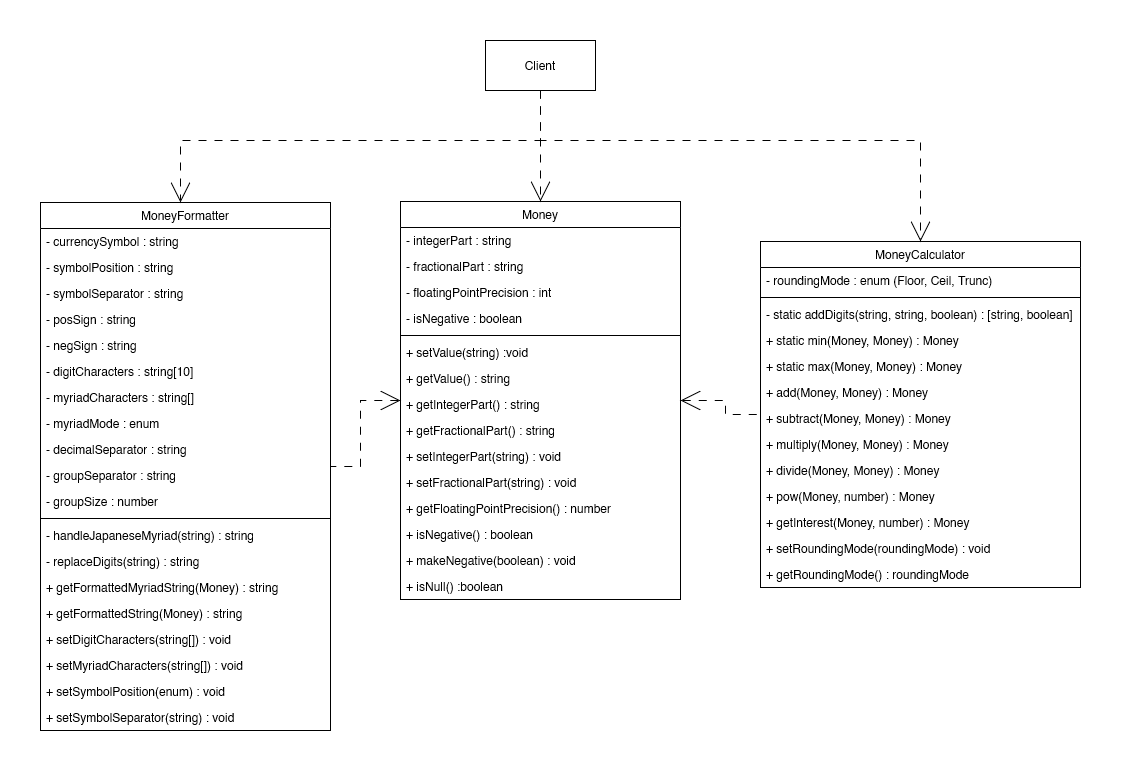
This is uml-class-diagram.png from konstantin-lukas/money-calculator, a draw.io export, as it was before one commit. Source tidied: cells renumbered, new cells last; positions are measured from the earlier drawing's top-left corner, leaving out a move shared by most shapes.
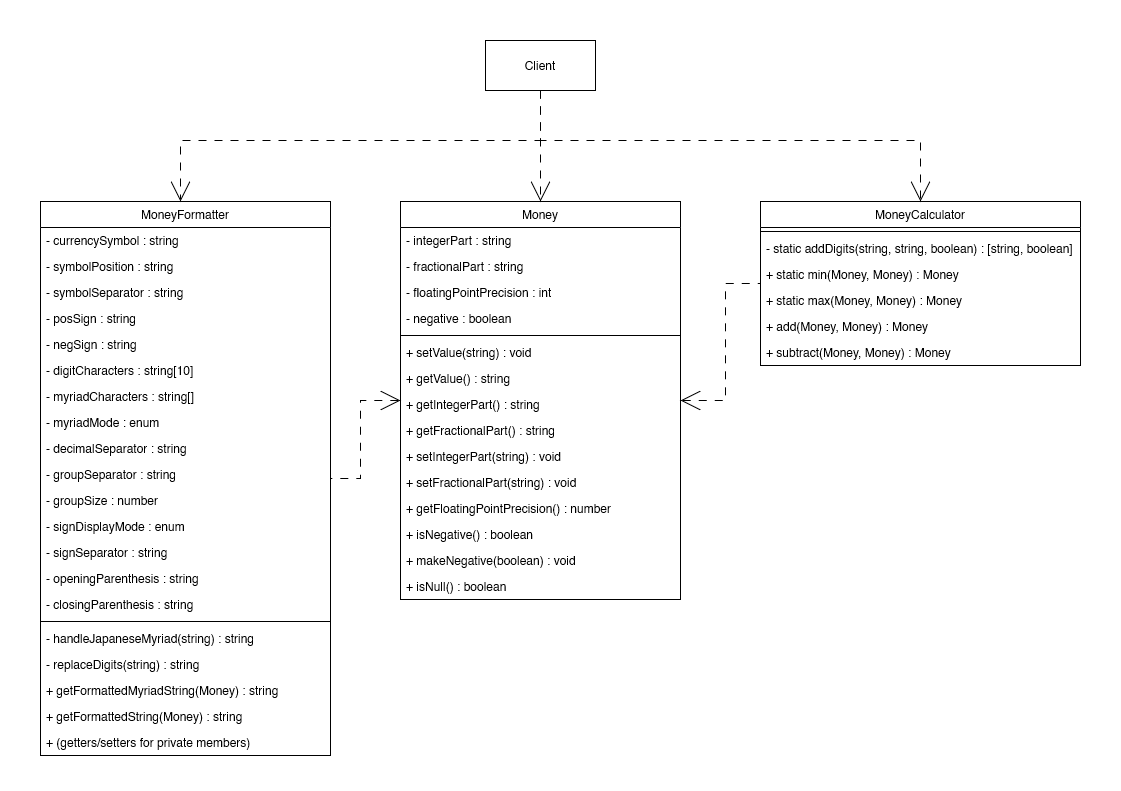
The same file after the commit.

Commit message:
added getter/setter methods and added signDisplayMode functionality

Change to the diagram source:
```diff
@@ -3,7 +3,7 @@
     <mxCell id="0" />
     <mxCell id="1" parent="0" />
     <mxCell id="2" style="rounded=0;whiteSpace=wrap;html=1;fillColor=default;strokeColor=none;" parent="1" vertex="1">
-      <mxGeometry width="1120" height="770" as="geometry" />
+      <mxGeometry width="1120" height="790" as="geometry" />
     </mxCell>
     <mxCell id="3" style="edgeStyle=orthogonalEdgeStyle;rounded=0;jettySize=auto;html=1;exitX=1;exitY=0.5;exitDx=0;exitDy=0;startSize=18;startArrow=open;startFill=0;endArrow=none;endFill=0;endSize=18;dashed=1;dashPattern=8 8;" parent="1" edge="1" source="5" target="42">
       <mxGeometry relative="1" as="geometry" />
@@ -23,13 +23,13 @@
     <mxCell id="8" value="- floatingPointPrecision : int" style="text;strokeColor=none;fillColor=none;align=left;verticalAlign=top;spacingLeft=4;spacingRight=4;overflow=hidden;" parent="5" vertex="1">
       <mxGeometry y="78" width="280" height="26" as="geometry" />
     </mxCell>
-    <mxCell id="9" value="- isNegative : boolean" style="text;strokeColor=none;fillColor=none;align=left;verticalAlign=top;spacingLeft=4;spacingRight=4;overflow=hidden;" parent="5" vertex="1">
+    <mxCell id="9" value="- negative : boolean" style="text;strokeColor=none;fillColor=none;align=left;verticalAlign=top;spacingLeft=4;spacingRight=4;overflow=hidden;" parent="5" vertex="1">
       <mxGeometry y="104" width="280" height="26" as="geometry" />
     </mxCell>
     <mxCell id="10" style="line;strokeWidth=1;fillColor=none;align=left;verticalAlign=middle;spacingTop=-1;spacingLeft=3;spacingRight=3;labelPosition=right;strokeColor=inherit;" parent="5" vertex="1">
       <mxGeometry y="130" width="280" height="8" as="geometry" />
     </mxCell>
-    <mxCell id="11" value="+ setValue(string) :void" style="text;strokeColor=none;fillColor=none;align=left;verticalAlign=top;spacingLeft=4;spacingRight=4;overflow=hidden;" parent="5" vertex="1">
+    <mxCell id="11" value="+ setValue(string) : void" style="text;strokeColor=none;fillColor=none;align=left;verticalAlign=top;spacingLeft=4;spacingRight=4;overflow=hidden;" parent="5" vertex="1">
       <mxGeometry y="138" width="280" height="26" as="geometry" />
     </mxCell>
     <mxCell id="12" value="+ getValue() : string" style="text;strokeColor=none;fillColor=none;align=left;verticalAlign=top;spacingLeft=4;spacingRight=4;overflow=hidden;" parent="5" vertex="1">
@@ -56,11 +56,11 @@
     <mxCell id="19" value="+ makeNegative(boolean) : void" style="text;strokeColor=none;fillColor=none;align=left;verticalAlign=top;spacingLeft=4;spacingRight=4;overflow=hidden;" parent="5" vertex="1">
       <mxGeometry y="346" width="280" height="26" as="geometry" />
     </mxCell>
-    <mxCell id="20" value="+ isNull() :boolean" style="text;strokeColor=none;fillColor=none;align=left;verticalAlign=top;spacingLeft=4;spacingRight=4;overflow=hidden;" parent="5" vertex="1">
+    <mxCell id="20" value="+ isNull() : boolean" style="text;strokeColor=none;fillColor=none;align=left;verticalAlign=top;spacingLeft=4;spacingRight=4;overflow=hidden;" parent="5" vertex="1">
       <mxGeometry y="372" width="280" height="26" as="geometry" />
     </mxCell>
     <mxCell id="21" value="MoneyFormatter" style="swimlane;fontStyle=0;horizontal=1;startSize=26;fillColor=none;" parent="1" vertex="1">
-      <mxGeometry x="40" y="202" width="290" height="528" as="geometry" />
+      <mxGeometry x="40" y="201" width="290" height="554" as="geometry" />
     </mxCell>
     <mxCell id="22" value="- currencySymbol : string" style="text;strokeColor=none;fillColor=none;align=left;verticalAlign=top;spacingLeft=4;spacingRight=4;overflow=hidden;" parent="21" vertex="1">
       <mxGeometry y="26" width="290" height="26" as="geometry" />
@@ -95,75 +95,57 @@
     <mxCell id="32" value="- groupSize : number" style="text;strokeColor=none;fillColor=none;align=left;verticalAlign=top;spacingLeft=4;spacingRight=4;overflow=hidden;" parent="21" vertex="1">
       <mxGeometry y="286" width="290" height="26" as="geometry" />
     </mxCell>
+    <mxCell id="60" value="- signDisplayMode : enum" style="text;strokeColor=none;fillColor=none;align=left;verticalAlign=top;spacingLeft=4;spacingRight=4;overflow=hidden;" parent="21" vertex="1">
+      <mxGeometry y="312" width="290" height="26" as="geometry" />
+    </mxCell>
+    <mxCell id="61" value="- signSeparator : string" style="text;strokeColor=none;fillColor=none;align=left;verticalAlign=top;spacingLeft=4;spacingRight=4;overflow=hidden;" parent="21" vertex="1">
+      <mxGeometry y="338" width="290" height="26" as="geometry" />
+    </mxCell>
+    <mxCell id="62" value="- openingParenthesis : string" style="text;strokeColor=none;fillColor=none;align=left;verticalAlign=top;spacingLeft=4;spacingRight=4;overflow=hidden;" parent="21" vertex="1">
+      <mxGeometry y="364" width="290" height="26" as="geometry" />
+    </mxCell>
+    <mxCell id="63" value="- closingParenthesis : string" style="text;strokeColor=none;fillColor=none;align=left;verticalAlign=top;spacingLeft=4;spacingRight=4;overflow=hidden;" parent="21" vertex="1">
+      <mxGeometry y="390" width="290" height="26" as="geometry" />
+    </mxCell>
     <mxCell id="33" style="line;strokeWidth=1;fillColor=none;align=left;verticalAlign=middle;spacingTop=-1;spacingLeft=3;spacingRight=3;labelPosition=right;strokeColor=inherit;" parent="21" vertex="1">
-      <mxGeometry y="312" width="290" height="8" as="geometry" />
+      <mxGeometry y="416" width="290" height="8" as="geometry" />
     </mxCell>
     <mxCell id="34" value="- handleJapaneseMyriad(string) : string" style="text;strokeColor=none;fillColor=none;align=left;verticalAlign=top;spacingLeft=4;spacingRight=4;overflow=hidden;" parent="21" vertex="1">
-      <mxGeometry y="320" width="290" height="26" as="geometry" />
+      <mxGeometry y="424" width="290" height="26" as="geometry" />
     </mxCell>
     <mxCell id="35" value="- replaceDigits(string) : string" style="text;strokeColor=none;fillColor=none;align=left;verticalAlign=top;spacingLeft=4;spacingRight=4;overflow=hidden;" parent="21" vertex="1">
-      <mxGeometry y="346" width="290" height="26" as="geometry" />
+      <mxGeometry y="450" width="290" height="26" as="geometry" />
     </mxCell>
     <mxCell id="36" value="+ getFormattedMyriadString(Money) : string" style="text;strokeColor=none;fillColor=none;align=left;verticalAlign=top;spacingLeft=4;spacingRight=4;overflow=hidden;" parent="21" vertex="1">
-      <mxGeometry y="372" width="290" height="26" as="geometry" />
+      <mxGeometry y="476" width="290" height="26" as="geometry" />
     </mxCell>
     <mxCell id="37" value="+ getFormattedString(Money) : string" style="text;strokeColor=none;fillColor=none;align=left;verticalAlign=top;spacingLeft=4;spacingRight=4;overflow=hidden;" parent="21" vertex="1">
-      <mxGeometry y="398" width="290" height="26" as="geometry" />
+      <mxGeometry y="502" width="290" height="26" as="geometry" />
     </mxCell>
-    <mxCell id="38" value="+ setDigitCharacters(string[]) : void" style="text;strokeColor=none;fillColor=none;align=left;verticalAlign=top;spacingLeft=4;spacingRight=4;overflow=hidden;" parent="21" vertex="1">
-      <mxGeometry y="424" width="290" height="26" as="geometry" />
+    <mxCell id="38" value="+ (getters/setters for private members)" style="text;strokeColor=none;fillColor=none;align=left;verticalAlign=top;spacingLeft=4;spacingRight=4;overflow=hidden;" parent="21" vertex="1">
+      <mxGeometry y="528" width="290" height="26" as="geometry" />
     </mxCell>
-    <mxCell id="39" value="+ setMyriadCharacters(string[]) : void" style="text;strokeColor=none;fillColor=none;align=left;verticalAlign=top;spacingLeft=4;spacingRight=4;overflow=hidden;" parent="21" vertex="1">
-      <mxGeometry y="450" width="290" height="26" as="geometry" />
-    </mxCell>
-    <mxCell id="40" value="+ setSymbolPosition(enum) : void" style="text;strokeColor=none;fillColor=none;align=left;verticalAlign=top;spacingLeft=4;spacingRight=4;overflow=hidden;" parent="21" vertex="1">
-      <mxGeometry y="476" width="290" height="26" as="geometry" />
-    </mxCell>
-    <mxCell id="41" value="+ setSymbolSeparator(string) : void" style="text;strokeColor=none;fillColor=none;align=left;verticalAlign=top;spacingLeft=4;spacingRight=4;overflow=hidden;" parent="21" vertex="1">
-      <mxGeometry y="502" width="290" height="26" as="geometry" />
-    </mxCell>
     <mxCell id="42" value="MoneyCalculator" style="swimlane;fontStyle=0;horizontal=1;startSize=26;fillColor=none;" parent="1" vertex="1">
-      <mxGeometry x="760" y="241" width="320" height="346" as="geometry" />
+      <mxGeometry x="760" y="201" width="320" height="164" as="geometry" />
     </mxCell>
-    <mxCell id="43" value="- roundingMode : enum (Floor, Ceil, Trunc)" style="text;strokeColor=none;fillColor=none;align=left;verticalAlign=top;spacingLeft=4;spacingRight=4;overflow=hidden;" parent="42" vertex="1">
-      <mxGeometry y="26" width="320" height="26" as="geometry" />
-    </mxCell>
     <mxCell id="44" style="line;strokeWidth=1;fillColor=none;align=left;verticalAlign=middle;spacingTop=-1;spacingLeft=3;spacingRight=3;labelPosition=right;strokeColor=inherit;" parent="42" vertex="1">
-      <mxGeometry y="52" width="320" height="8" as="geometry" />
+      <mxGeometry y="26" width="320" height="8" as="geometry" />
     </mxCell>
     <mxCell id="45" value="- static addDigits(string, string, boolean) : [string, boolean]" style="text;strokeColor=none;fillColor=none;align=left;verticalAlign=top;spacingLeft=4;spacingRight=4;overflow=hidden;" parent="42" vertex="1">
-      <mxGeometry y="60" width="320" height="26" as="geometry" />
+      <mxGeometry y="34" width="320" height="26" as="geometry" />
     </mxCell>
     <mxCell id="46" value="+ static min(Money, Money) : Money" style="text;strokeColor=none;fillColor=none;align=left;verticalAlign=top;spacingLeft=4;spacingRight=4;overflow=hidden;" parent="42" vertex="1">
-      <mxGeometry y="86" width="320" height="26" as="geometry" />
+      <mxGeometry y="60" width="320" height="26" as="geometry" />
     </mxCell>
     <mxCell id="47" value="+ static max(Money, Money) : Money" style="text;strokeColor=none;fillColor=none;align=left;verticalAlign=top;spacingLeft=4;spacingRight=4;overflow=hidden;" parent="42" vertex="1">
-      <mxGeometry y="112" width="320" height="26" as="geometry" />
+      <mxGeometry y="86" width="320" height="26" as="geometry" />
     </mxCell>
     <mxCell id="48" value="+ add(Money, Money) : Money" style="text;strokeColor=none;fillColor=none;align=left;verticalAlign=top;spacingLeft=4;spacingRight=4;overflow=hidden;" parent="42" vertex="1">
-      <mxGeometry y="138" width="320" height="26" as="geometry" />
+      <mxGeometry y="112" width="320" height="26" as="geometry" />
     </mxCell>
     <mxCell id="49" value="+ subtract(Money, Money) : Money" style="text;strokeColor=none;fillColor=none;align=left;verticalAlign=top;spacingLeft=4;spacingRight=4;overflow=hidden;" parent="42" vertex="1">
-      <mxGeometry y="164" width="320" height="26" as="geometry" />
+      <mxGeometry y="138" width="320" height="26" as="geometry" />
     </mxCell>
-    <mxCell id="50" value="+ multiply(Money, Money) : Money" style="text;strokeColor=none;fillColor=none;align=left;verticalAlign=top;spacingLeft=4;spacingRight=4;overflow=hidden;" parent="42" vertex="1">
-      <mxGeometry y="190" width="320" height="26" as="geometry" />
-    </mxCell>
-    <mxCell id="51" value="+ divide(Money, Money) : Money" style="text;strokeColor=none;fillColor=none;align=left;verticalAlign=top;spacingLeft=4;spacingRight=4;overflow=hidden;" parent="42" vertex="1">
-      <mxGeometry y="216" width="320" height="26" as="geometry" />
-    </mxCell>
-    <mxCell id="52" value="+ pow(Money, number) : Money" style="text;strokeColor=none;fillColor=none;align=left;verticalAlign=top;spacingLeft=4;spacingRight=4;overflow=hidden;" parent="42" vertex="1">
-      <mxGeometry y="242" width="320" height="26" as="geometry" />
-    </mxCell>
-    <mxCell id="53" value="+ getInterest(Money, number) : Money" style="text;strokeColor=none;fillColor=none;align=left;verticalAlign=top;spacingLeft=4;spacingRight=4;overflow=hidden;" parent="42" vertex="1">
-      <mxGeometry y="268" width="320" height="26" as="geometry" />
-    </mxCell>
-    <mxCell id="54" value="+ setRoundingMode(roundingMode) : void" style="text;strokeColor=none;fillColor=none;align=left;verticalAlign=top;spacingLeft=4;spacingRight=4;overflow=hidden;" parent="42" vertex="1">
-      <mxGeometry y="294" width="320" height="26" as="geometry" />
-    </mxCell>
-    <mxCell id="55" value="+ getRoundingMode() : roundingMode " style="text;strokeColor=none;fillColor=none;align=left;verticalAlign=top;spacingLeft=4;spacingRight=4;overflow=hidden;" parent="42" vertex="1">
-      <mxGeometry y="320" width="320" height="26" as="geometry" />
-    </mxCell>
     <mxCell id="56" style="edgeStyle=orthogonalEdgeStyle;rounded=0;jettySize=auto;html=1;exitX=0.5;exitY=1;exitDx=0;exitDy=0;dashed=1;dashPattern=8 8;endArrow=open;endFill=0;endSize=18;" parent="1" edge="1" source="59" target="21">
       <mxGeometry relative="1" as="geometry">
         <Array as="points">
```
